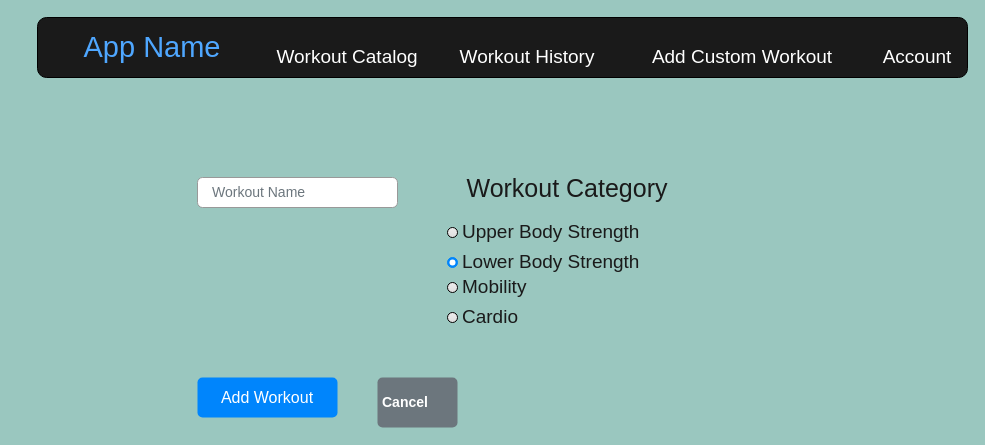
Before: page "Custom Workout" (5 of 9) of Untitled Diagram.drawio in ashmiller002/codercizers, a draw.io diagram. Source tidied: cells renumbered, new cells numbered last; positions are measured from the earlier drawing's top-left corner, leaving out a move shared by most shapes. Both pictures are drawn from the tidied source at 100%, with x=0, y=0 at pixel (17, 17).
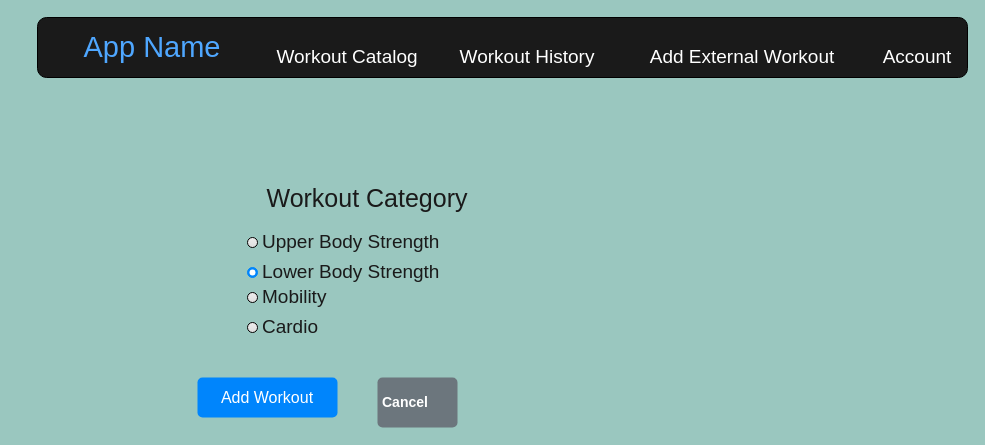
Above is the later version.

The edit, as a diff of the source:
```diff
@@
 <mxGraphModel background="#9AC7BF">
   <root>
     <mxCell id="0" />
     <mxCell id="1" parent="0" />
     <mxCell id="2" style="group;" parent="1" vertex="1">
       <mxGeometry x="20" width="930" height="60" as="geometry" />
     </mxCell>
     <mxCell id="3" style="rounded=1;whiteSpace=wrap;html=1;fillColor=#1A1A1A;" parent="2" vertex="1">
       <mxGeometry width="930" height="60" as="geometry" />
     </mxCell>
     <mxCell id="4" value="App Name" style="text;html=1;strokeColor=none;fillColor=none;align=center;verticalAlign=middle;whiteSpace=wrap;rounded=0;fontSize=29;fontColor=#4FA7FF;" parent="2" vertex="1">
       <mxGeometry x="-20" y="20" width="270" height="20" as="geometry" />
     </mxCell>
     <mxCell id="5" value="&lt;font&gt;Account&lt;/font&gt;" style="text;html=1;strokeColor=none;fillColor=none;align=center;verticalAlign=middle;whiteSpace=wrap;rounded=0;fontSize=19;fontColor=#FFFFFF;" parent="2" vertex="1">
       <mxGeometry x="860" y="30" width="40" height="20" as="geometry" />
     </mxCell>
     <mxCell id="6" value="&lt;font&gt;Workout History&lt;/font&gt;" style="text;html=1;strokeColor=none;fillColor=none;align=center;verticalAlign=middle;whiteSpace=wrap;rounded=0;fontSize=19;fontColor=#FFFFFF;" parent="2" vertex="1">
       <mxGeometry x="410" y="30" width="160" height="20" as="geometry" />
     </mxCell>
     <mxCell id="7" value="&lt;font&gt;Workout Catalog&lt;/font&gt;" style="text;html=1;strokeColor=none;fillColor=none;align=center;verticalAlign=middle;whiteSpace=wrap;rounded=0;fontSize=19;fontColor=#FFFFFF;" parent="2" vertex="1">
       <mxGeometry x="220" y="30" width="180" height="20" as="geometry" />
     </mxCell>
-    <mxCell id="8" value="&lt;font&gt;Add Custom Workout&lt;br&gt;&lt;/font&gt;" style="text;html=1;strokeColor=none;fillColor=none;align=center;verticalAlign=middle;whiteSpace=wrap;rounded=0;fontSize=19;fontColor=#FFFFFF;" parent="1" vertex="1">
+    <mxCell id="8" value="&lt;font&gt;Add External Workout&lt;br&gt;&lt;/font&gt;" style="text;html=1;strokeColor=none;fillColor=none;align=center;verticalAlign=middle;whiteSpace=wrap;rounded=0;fontSize=19;fontColor=#FFFFFF;" parent="1" vertex="1">
       <mxGeometry x="600" y="30" width="250" height="20" as="geometry" />
     </mxCell>
     <mxCell id="9" style="group;" parent="1" vertex="1">
       <mxGeometry x="180" y="160" width="510" height="250" as="geometry" />
     </mxCell>
     <mxCell id="10" value="Lower Body Strength" style="html=1;shadow=0;dashed=0;shape=mxgraph.bootstrap.radioButton2;labelPosition=right;verticalLabelPosition=middle;align=left;verticalAlign=middle;gradientColor=#DEDEDE;fillColor=#EDEDED;checked=1;spacing=5;checkedFill=#0085FC;checkedStroke=#ffffff;fontSize=19;fontColor=#1A1A1A;" parent="9" vertex="1">
-      <mxGeometry x="250" y="80" width="10" height="10" as="geometry" />
+      <mxGeometry x="50" y="90" width="10" height="10" as="geometry" />
     </mxCell>
     <mxCell id="11" value="Mobility" style="html=1;shadow=0;dashed=0;shape=mxgraph.bootstrap.radioButton2;labelPosition=right;verticalLabelPosition=middle;align=left;verticalAlign=middle;gradientColor=#DEDEDE;fillColor=#EDEDED;checked=0;spacing=5;checkedFill=#0085FC;checkedStroke=#ffffff;fontSize=19;fontColor=#1A1A1A;" parent="9" vertex="1">
-      <mxGeometry x="250" y="105" width="10" height="10" as="geometry" />
+      <mxGeometry x="50" y="115" width="10" height="10" as="geometry" />
     </mxCell>
     <mxCell id="12" value="&lt;font color=&quot;#1a1a1a&quot;&gt;Cardio&lt;/font&gt;" style="html=1;shadow=0;dashed=0;shape=mxgraph.bootstrap.radioButton2;labelPosition=right;verticalLabelPosition=middle;align=left;verticalAlign=middle;gradientColor=#DEDEDE;fillColor=#EDEDED;checked=0;spacing=5;fontColor=#6C767D;checkedFill=#0085FC;checkedStroke=#ffffff;fontSize=19;" parent="9" vertex="1">
-      <mxGeometry x="250" y="135" width="10" height="10" as="geometry" />
+      <mxGeometry x="50" y="145" width="10" height="10" as="geometry" />
     </mxCell>
     <mxCell id="13" value="Workout Category" style="text;html=1;strokeColor=none;fillColor=none;align=center;verticalAlign=middle;whiteSpace=wrap;rounded=0;fontSize=25;fontColor=#1A1A1A;" parent="9" vertex="1">
-      <mxGeometry x="230" width="280" height="20" as="geometry" />
+      <mxGeometry x="30" y="10" width="280" height="20" as="geometry" />
     </mxCell>
     <mxCell id="14" value="&lt;font color=&quot;#1a1a1a&quot;&gt;Upper Body Strength&lt;/font&gt;" style="html=1;shadow=0;dashed=0;shape=mxgraph.bootstrap.radioButton2;labelPosition=right;verticalLabelPosition=middle;align=left;verticalAlign=middle;gradientColor=#DEDEDE;fillColor=#EDEDED;checked=0;spacing=5;fontColor=#6C767D;checkedFill=#0085FC;checkedStroke=#ffffff;fontSize=19;" parent="9" vertex="1">
-      <mxGeometry x="250" y="50" width="10" height="10" as="geometry" />
+      <mxGeometry x="50" y="60" width="10" height="10" as="geometry" />
     </mxCell>
     <mxCell id="15" value="Add Workout" style="html=1;shadow=0;dashed=0;shape=mxgraph.bootstrap.rrect;rSize=5;strokeColor=none;strokeWidth=1;fillColor=#0085FC;fontColor=#FFFFFF;whiteSpace=wrap;align=center;verticalAlign=middle;spacingLeft=0;fontStyle=0;fontSize=16;spacing=5;" parent="9" vertex="1">
       <mxGeometry y="200" width="140" height="40" as="geometry" />
     </mxCell>
     <mxCell id="16" value="Cancel" style="html=1;shadow=0;dashed=0;shape=mxgraph.bootstrap.rrect;rSize=5;strokeColor=none;strokeWidth=1;fillColor=#6C767D;fontColor=#FFFFFF;whiteSpace=wrap;align=left;verticalAlign=middle;spacingLeft=0;fontStyle=1;fontSize=14;spacing=5;" parent="9" vertex="1">
       <mxGeometry x="180" y="200" width="80" height="50" as="geometry" />
     </mxCell>
-    <mxCell id="17" value="Workout Name" style="html=1;shadow=0;dashed=0;shape=mxgraph.bootstrap.rrect;rSize=5;fillColor=#ffffff;strokeColor=#999999;align=left;spacing=15;fontSize=14;fontColor=#6C767D;" parent="9" vertex="1">
-      <mxGeometry width="200" height="30" as="geometry" />
-    </mxCell>
   </root>
 </mxGraphModel>
```
